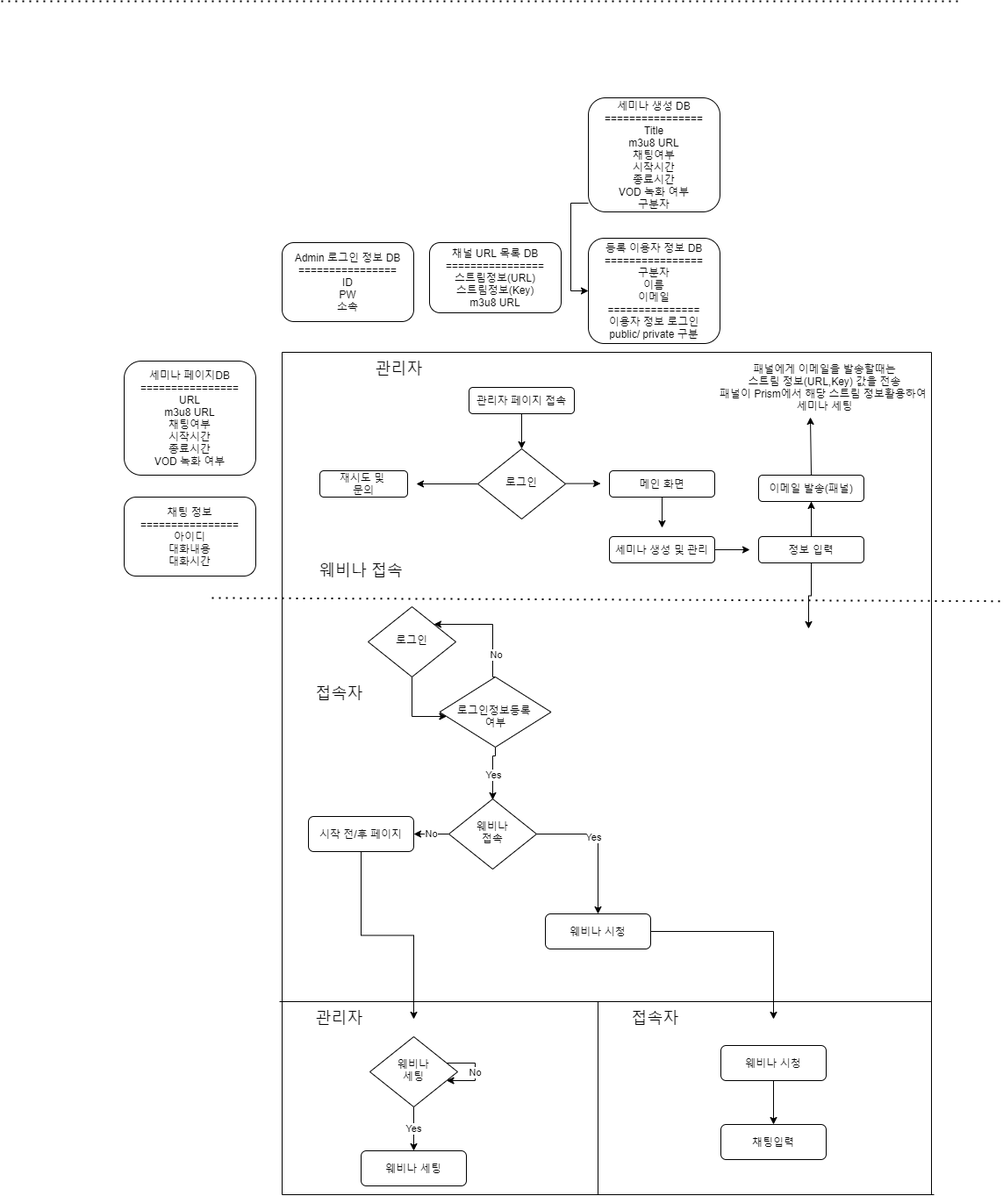
Before: live_station.png, a diagram exported from draw.io (park-moonkyu/livestaton). Source tidied: cells renumbered, new cells last; positions are measured from the earlier drawing's top-left corner, leaving out a move shared by most shapes.
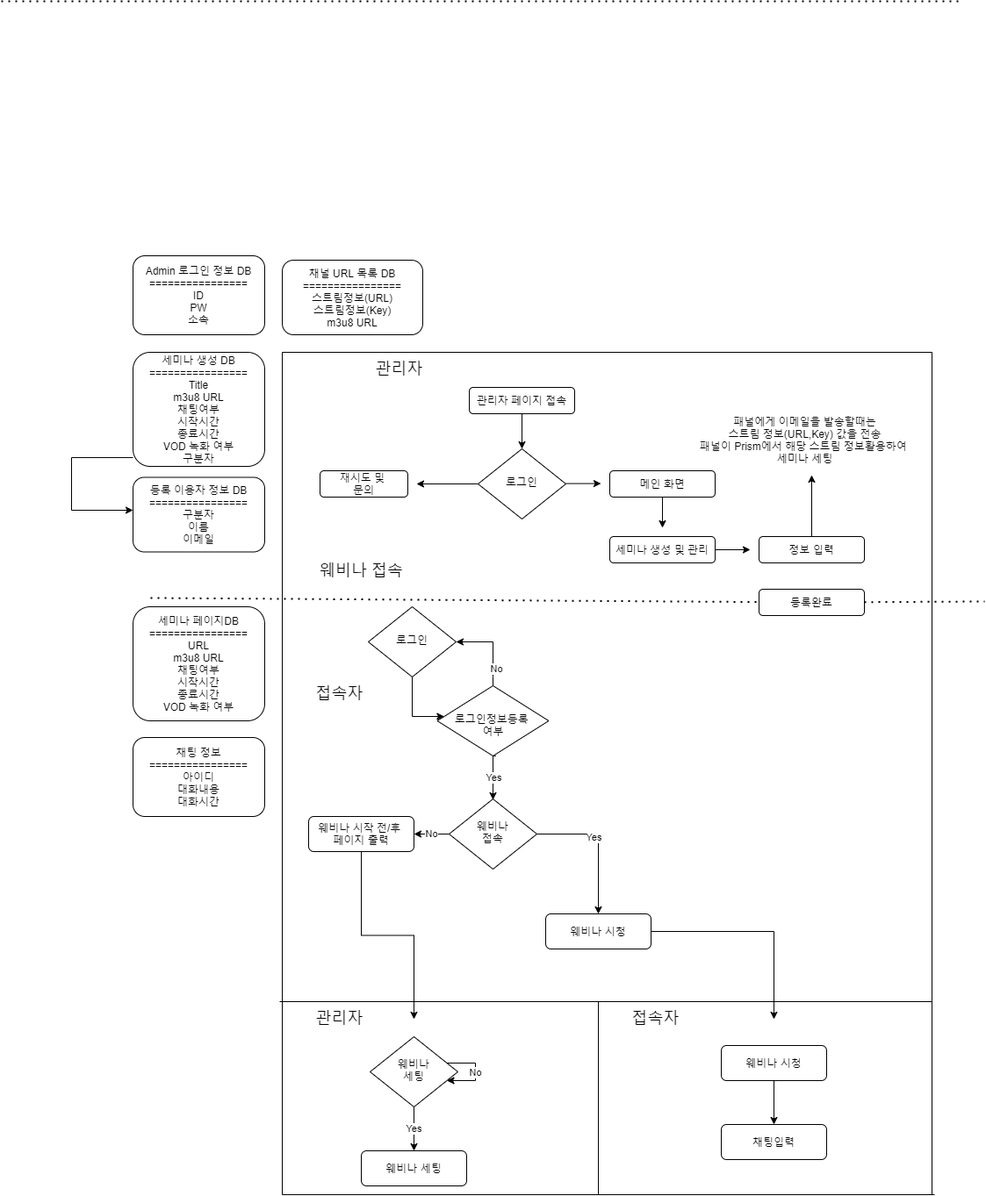
The same file after the commit.

Change to the diagram source:
```diff
@@ -62,19 +62,11 @@
     <mxCell id="15" value="세미나 생성 및 관리" style="rounded=1;whiteSpace=wrap;html=1;fontSize=12;glass=0;strokeWidth=1;shadow=0;" parent="1" vertex="1">
       <mxGeometry x="693" y="610" width="120" height="30" as="geometry" />
     </mxCell>
-    <mxCell id="16" style="edgeStyle=orthogonalEdgeStyle;rounded=0;jettySize=auto;html=1;" parent="1" edge="1" source="19">
-      <mxGeometry relative="1" as="geometry">
-        <mxPoint x="920" y="715" as="targetPoint" />
-      </mxGeometry>
-    </mxCell>
     <mxCell id="17" style="edgeStyle=orthogonalEdgeStyle;rounded=0;jettySize=auto;html=1;" parent="1" edge="1" source="19">
       <mxGeometry relative="1" as="geometry">
         <mxPoint x="923" y="540" as="targetPoint" />
       </mxGeometry>
     </mxCell>
-    <mxCell id="18" style="edgeStyle=orthogonalEdgeStyle;rounded=0;jettySize=auto;html=1;entryX=0.5;entryY=1;entryDx=0;entryDy=0;" parent="1" edge="1" source="19" target="39">
-      <mxGeometry relative="1" as="geometry" />
-    </mxCell>
     <mxCell id="19" value="정보 입력" style="rounded=1;whiteSpace=wrap;html=1;fontSize=12;glass=0;strokeWidth=1;shadow=0;" parent="1" vertex="1">
       <mxGeometry x="863" y="610" width="120" height="30" as="geometry" />
     </mxCell>
@@ -121,7 +113,7 @@
     <mxCell id="29" value="웨비나 시청" style="rounded=1;whiteSpace=wrap;html=1;fontSize=12;glass=0;strokeWidth=1;shadow=0;" parent="1" vertex="1">
       <mxGeometry x="620" y="1040" width="120" height="40" as="geometry" />
     </mxCell>
-    <mxCell id="30" value="시작 전/후 페이지" style="rounded=1;whiteSpace=wrap;html=1;fontSize=12;glass=0;strokeWidth=1;shadow=0;" parent="1" vertex="1">
+    <mxCell id="30" value="웨비나 시작 전/후 &lt;br&gt;페이지 출력" style="rounded=1;whiteSpace=wrap;html=1;fontSize=12;glass=0;strokeWidth=1;shadow=0;" parent="1" vertex="1">
       <mxGeometry x="350" y="929" width="120" height="40" as="geometry" />
     </mxCell>
     <mxCell id="31" style="endArrow=none;html=1;" parent="1" edge="1">
@@ -152,11 +144,8 @@
       <mxGeometry x="710" y="1150" width="70" height="20" as="geometry" />
     </mxCell>
     <mxCell id="38" value="&lt;span&gt;채널 URL 목록 DB&lt;br&gt;&lt;/span&gt;================&lt;br&gt;스트림정보(URL)&lt;br&gt;스트림정보(Key)&lt;br&gt;m3u8 URL&lt;span&gt;&lt;br&gt;&lt;/span&gt;" style="rounded=1;whiteSpace=wrap;html=1;" parent="1" vertex="1">
-      <mxGeometry x="488" y="275" width="150" height="80" as="geometry" />
+      <mxGeometry x="320" y="295" width="160" height="85" as="geometry" />
     </mxCell>
-    <mxCell id="39" value="이메일 발송(패널)" style="rounded=1;whiteSpace=wrap;html=1;fontSize=12;glass=0;strokeWidth=1;shadow=0;" parent="1" vertex="1">
-      <mxGeometry x="863" y="540" width="120" height="30" as="geometry" />
-    </mxCell>
     <mxCell id="40" value="Yes" style="edgeStyle=orthogonalEdgeStyle;rounded=0;jettySize=auto;html=1;entryX=0.5;entryY=0;entryDx=0;entryDy=0;" parent="1" edge="1" source="41" target="32">
       <mxGeometry relative="1" as="geometry" />
     </mxCell>
@@ -169,17 +158,22 @@
     <mxCell id="43" value="채팅입력" style="rounded=1;whiteSpace=wrap;html=1;fontSize=12;glass=0;strokeWidth=1;shadow=0;" parent="1" vertex="1">
       <mxGeometry x="820" y="1280" width="120" height="40" as="geometry" />
     </mxCell>
-    <mxCell id="44" value="등록 이용자 정보 DB&lt;br&gt;================&lt;br&gt;구분자&lt;br&gt;이름&lt;br&gt;이메일&lt;br&gt;===============&lt;br&gt;이용자 정보 로그인&lt;br&gt;public/ private 구분" style="rounded=1;whiteSpace=wrap;html=1;" parent="1" vertex="1">
-      <mxGeometry x="669" y="270" width="150" height="120" as="geometry" />
+    <mxCell id="44" value="등록 이용자 정보 DB&lt;br&gt;================&lt;br&gt;구분자&lt;br&gt;이름&lt;br&gt;이메일" style="rounded=1;whiteSpace=wrap;html=1;" parent="1" vertex="1">
+      <mxGeometry x="150" y="542.5" width="150" height="85" as="geometry" />
     </mxCell>
-    <mxCell id="45" style="edgeStyle=orthogonalEdgeStyle;rounded=0;jettySize=auto;html=1;exitX=0;exitY=0.923;exitDx=0;exitDy=0;entryX=0;entryY=0.5;entryDx=0;entryDy=0;exitPerimeter=0;" parent="1" edge="1" source="46" target="44">
-      <mxGeometry relative="1" as="geometry" />
+    <mxCell id="45" style="edgeStyle=orthogonalEdgeStyle;rounded=0;jettySize=auto;html=1;exitX=0;exitY=0.923;exitDx=0;exitDy=0;exitPerimeter=0;" parent="1" edge="1" source="46" target="44">
+      <mxGeometry relative="1" as="geometry">
+        <Array as="points">
+          <mxPoint x="80" y="520" />
+          <mxPoint x="80" y="580" />
+        </Array>
+      </mxGeometry>
     </mxCell>
     <mxCell id="46" value="세미나 생성 DB&lt;br&gt;================&lt;br&gt;Title&lt;br&gt;m3u8 URL&lt;br&gt;채팅여부&lt;br&gt;시작시간&lt;br&gt;종료시간&lt;br&gt;VOD 녹화 여부&lt;br&gt;구분자" style="rounded=1;whiteSpace=wrap;html=1;" parent="1" vertex="1">
-      <mxGeometry x="669" y="110" width="150" height="130" as="geometry" />
+      <mxGeometry x="150" y="400" width="150" height="130" as="geometry" />
     </mxCell>
     <mxCell id="47" value="Admin 로그인 정보 DB&lt;br&gt;================&lt;br&gt;ID&lt;br&gt;PW&lt;br&gt;소속" style="rounded=1;whiteSpace=wrap;html=1;" parent="1" vertex="1">
-      <mxGeometry x="320" y="275" width="150" height="90" as="geometry" />
+      <mxGeometry x="150" y="290" width="150" height="90" as="geometry" />
     </mxCell>
     <mxCell id="48" style="endArrow=none;dashed=1;html=1;dashPattern=1 3;strokeWidth=2;" parent="1" edge="1">
       <mxGeometry relative="1" as="geometry">
@@ -187,22 +181,18 @@
         <mxPoint x="1090" as="targetPoint" />
       </mxGeometry>
     </mxCell>
-    <mxCell id="49" style="endArrow=classic;html=1;exitX=0.5;exitY=0;exitDx=0;exitDy=0;entryX=0.436;entryY=1.067;entryDx=0;entryDy=0;entryPerimeter=0;" parent="1" edge="1" source="39" target="50">
-      <mxGeometry relative="1" as="geometry" />
-    </mxCell>
     <mxCell id="50" value="패널에게 이메일을 발송할때는&lt;br&gt;스트림 정보(URL,Key) 값을 전송&lt;br&gt;패널이 Prism에서 해당 스트림 정보활용하여 &lt;br&gt;세미나 세팅" style="text;html=1;align=center;verticalAlign=middle;points=[];" parent="1" vertex="1">
-      <mxGeometry x="813" y="410" width="250" height="60" as="geometry" />
+      <mxGeometry x="790" y="470" width="250" height="60" as="geometry" />
     </mxCell>
     <mxCell id="51" value="채팅 정보================&lt;br&gt;아이디&lt;br&gt;대화내용&lt;br&gt;대화시간" style="rounded=1;whiteSpace=wrap;html=1;" parent="1" vertex="1">
-      <mxGeometry x="140" y="565" width="150" height="90" as="geometry" />
+      <mxGeometry x="150" y="839" width="150" height="90" as="geometry" />
     </mxCell>
     <mxCell id="52" value="세미나 페이지DB&lt;br&gt;================&lt;br&gt;URL&lt;br&gt;m3u8 URL&lt;br&gt;채팅여부&lt;br&gt;시작시간&lt;br&gt;종료시간&lt;br&gt;VOD 녹화 여부" style="rounded=1;whiteSpace=wrap;html=1;" parent="1" vertex="1">
-      <mxGeometry x="140" y="410" width="150" height="130" as="geometry" />
+      <mxGeometry x="150" y="690" width="150" height="130" as="geometry" />
     </mxCell>
-    <mxCell id="53" style="endArrow=none;dashed=1;html=1;dashPattern=1 3;strokeWidth=2;" parent="1" edge="1">
+    <mxCell id="53" style="endArrow=none;dashed=1;html=1;dashPattern=1 3;strokeWidth=2;" parent="1" edge="1" source="61">
       <mxGeometry relative="1" as="geometry">
-        <mxPoint x="240" y="680" as="sourcePoint" />
-        <mxPoint x="1140" y="683.7" as="targetPoint" />
+        <mxPoint x="1120" y="684" as="targetPoint" />
       </mxGeometry>
     </mxCell>
     <mxCell id="54" value="&lt;span style=&quot;font-size: 18px&quot;&gt;접속자&lt;/span&gt;" style="text;html=1;align=center;verticalAlign=middle;" parent="1" vertex="1">
@@ -215,6 +205,7 @@
       <mxGeometry relative="1" as="geometry">
         <mxPoint x="560" y="910" as="targetPoint" />
         <Array as="points">
+          <mxPoint x="563" y="860" />
           <mxPoint x="560" y="860" />
         </Array>
       </mxGeometry>
@@ -238,7 +229,15 @@
       </mxGeometry>
     </mxCell>
     <mxCell id="60" value="&lt;br&gt;로그인정보등록 &lt;br&gt;여부" style="rhombus;whiteSpace=wrap;html=1;shadow=0;fontFamily=Helvetica;fontSize=12;align=center;strokeWidth=1;spacing=6;spacingTop=-4;" parent="1" vertex="1">
-      <mxGeometry x="499.5" y="770" width="127" height="80" as="geometry" />
+      <mxGeometry x="496.5" y="780" width="127" height="80" as="geometry" />
     </mxCell>
+    <mxCell id="61" value="등록완료" style="rounded=1;whiteSpace=wrap;html=1;fontSize=12;glass=0;strokeWidth=1;shadow=0;" parent="1" vertex="1">
+      <mxGeometry x="863" y="670" width="120" height="30" as="geometry" />
+    </mxCell>
+    <mxCell id="62" style="endArrow=none;dashed=1;html=1;dashPattern=1 3;strokeWidth=2;" parent="1" edge="1" target="61">
+      <mxGeometry relative="1" as="geometry">
+        <mxPoint x="170" y="680" as="sourcePoint" />
+      </mxGeometry>
+    </mxCell>
   </root>
 </mxGraphModel>
```
